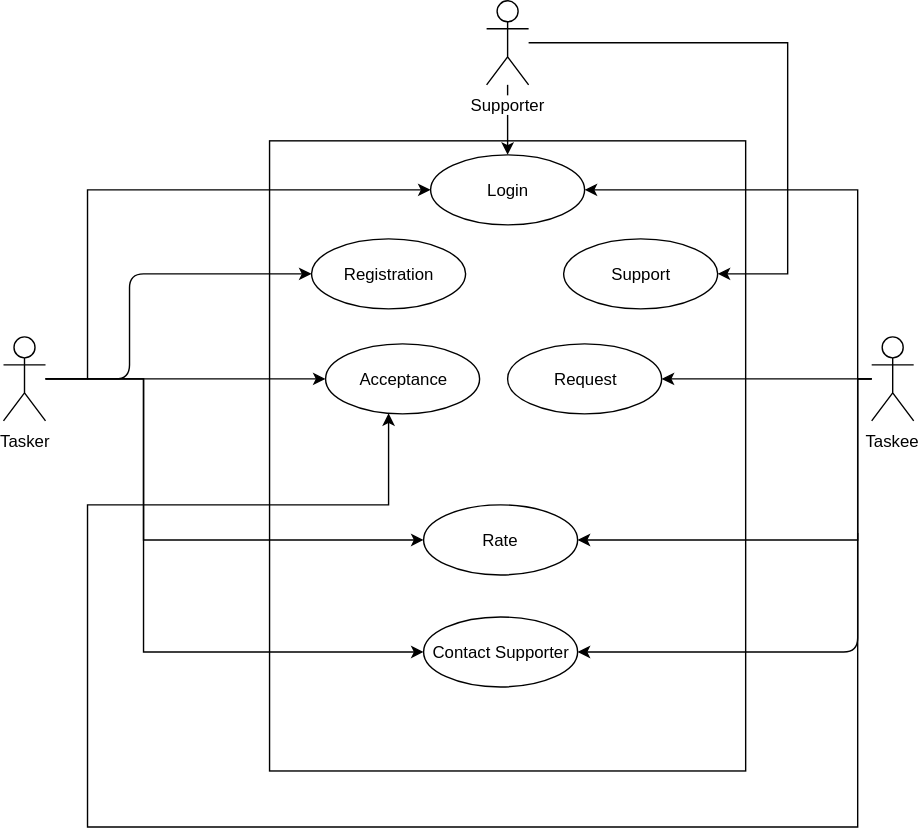
Earlier version of the draw.io export planning-and-analysis/functional-modeling/diagrams/use-case-diagrams/high-level-use-case.svg (hessamhz/software-engineering-project). Source tidied: cells renumbered, new cells last; positions are measured from the earlier drawing's top-left corner, leaving out a move shared by most shapes. Source of this version:
```xml
<mxGraphModel>
  <root>
    <mxCell id="0" />
    <mxCell id="1" parent="0" />
    <mxCell id="2" style="rounded=0;whiteSpace=wrap;html=1;" parent="1" vertex="1">
      <mxGeometry x="190" y="100" width="340" height="450" as="geometry" />
    </mxCell>
    <mxCell id="3" style="edgeStyle=orthogonalEdgeStyle;rounded=0;jettySize=auto;html=1;" parent="1" edge="1" source="5" target="16">
      <mxGeometry relative="1" as="geometry" />
    </mxCell>
    <mxCell id="4" style="edgeStyle=orthogonalEdgeStyle;rounded=0;jettySize=auto;html=1;entryX=1;entryY=0.5;entryDx=0;entryDy=0;" parent="1" edge="1" source="5" target="22">
      <mxGeometry relative="1" as="geometry">
        <Array as="points">
          <mxPoint x="560" y="30" />
          <mxPoint x="560" y="195" />
        </Array>
      </mxGeometry>
    </mxCell>
    <mxCell id="5" value="Supporter" style="shape=umlActor;verticalLabelPosition=bottom;labelBackgroundColor=#ffffff;verticalAlign=top;html=1;outlineConnect=0;" parent="1" vertex="1">
      <mxGeometry x="345" width="30" height="60" as="geometry" />
    </mxCell>
    <mxCell id="6" style="edgeStyle=orthogonalEdgeStyle;rounded=0;jettySize=auto;html=1;entryX=0;entryY=0.5;entryDx=0;entryDy=0;" parent="1" edge="1" source="10" target="16">
      <mxGeometry relative="1" as="geometry">
        <Array as="points">
          <mxPoint x="60" y="270" />
          <mxPoint x="60" y="135" />
        </Array>
      </mxGeometry>
    </mxCell>
    <mxCell id="7" style="edgeStyle=orthogonalEdgeStyle;rounded=0;jettySize=auto;html=1;entryX=0;entryY=0.5;entryDx=0;entryDy=0;" parent="1" edge="1" source="10" target="19">
      <mxGeometry relative="1" as="geometry" />
    </mxCell>
    <mxCell id="8" style="edgeStyle=orthogonalEdgeStyle;rounded=0;jettySize=auto;html=1;entryX=0;entryY=0.5;entryDx=0;entryDy=0;" parent="1" edge="1" source="10" target="21">
      <mxGeometry relative="1" as="geometry">
        <Array as="points">
          <mxPoint x="100" y="270" />
          <mxPoint x="100" y="385" />
        </Array>
      </mxGeometry>
    </mxCell>
    <mxCell id="9" style="edgeStyle=orthogonalEdgeStyle;rounded=0;jettySize=auto;html=1;entryX=0;entryY=0.5;entryDx=0;entryDy=0;" parent="1" edge="1" source="10" target="20">
      <mxGeometry relative="1" as="geometry">
        <Array as="points">
          <mxPoint x="100" y="270" />
          <mxPoint x="100" y="465" />
        </Array>
      </mxGeometry>
    </mxCell>
    <mxCell id="10" value="Tasker" style="shape=umlActor;verticalLabelPosition=bottom;labelBackgroundColor=#ffffff;verticalAlign=top;html=1;outlineConnect=0;" parent="1" vertex="1">
      <mxGeometry y="240" width="30" height="60" as="geometry" />
    </mxCell>
    <mxCell id="11" style="edgeStyle=orthogonalEdgeStyle;rounded=0;jettySize=auto;html=1;entryX=1;entryY=0.5;entryDx=0;entryDy=0;" parent="1" edge="1" source="15" target="16">
      <mxGeometry relative="1" as="geometry">
        <Array as="points">
          <mxPoint x="610" y="270" />
          <mxPoint x="610" y="135" />
        </Array>
      </mxGeometry>
    </mxCell>
    <mxCell id="12" style="edgeStyle=orthogonalEdgeStyle;rounded=0;jettySize=auto;html=1;entryX=1;entryY=0.5;entryDx=0;entryDy=0;" parent="1" edge="1" source="15" target="17">
      <mxGeometry relative="1" as="geometry" />
    </mxCell>
    <mxCell id="13" style="edgeStyle=orthogonalEdgeStyle;rounded=0;jettySize=auto;html=1;entryX=1;entryY=0.5;entryDx=0;entryDy=0;" parent="1" edge="1" source="15" target="21">
      <mxGeometry relative="1" as="geometry">
        <Array as="points">
          <mxPoint x="610" y="270" />
          <mxPoint x="610" y="385" />
        </Array>
      </mxGeometry>
    </mxCell>
    <mxCell id="14" style="edgeStyle=orthogonalEdgeStyle;rounded=0;jettySize=auto;html=1;" parent="1" edge="1" source="15" target="19">
      <mxGeometry relative="1" as="geometry">
        <Array as="points">
          <mxPoint x="610" y="270" />
          <mxPoint x="610" y="590" />
          <mxPoint x="60" y="590" />
          <mxPoint x="60" y="360" />
          <mxPoint x="275" y="360" />
        </Array>
      </mxGeometry>
    </mxCell>
    <mxCell id="15" value="Taskee" style="shape=umlActor;verticalLabelPosition=bottom;labelBackgroundColor=#ffffff;verticalAlign=top;html=1;outlineConnect=0;" parent="1" vertex="1">
      <mxGeometry x="620" y="240" width="30" height="60" as="geometry" />
    </mxCell>
    <mxCell id="16" value="Login" style="ellipse;whiteSpace=wrap;html=1;" parent="1" vertex="1">
      <mxGeometry x="305" y="110" width="110" height="50" as="geometry" />
    </mxCell>
    <mxCell id="17" value="Request" style="ellipse;whiteSpace=wrap;html=1;" parent="1" vertex="1">
      <mxGeometry x="360" y="245" width="110" height="50" as="geometry" />
    </mxCell>
    <mxCell id="18" value="Registration&lt;span style=&quot;font-family: &amp;#34;helvetica&amp;#34; , &amp;#34;arial&amp;#34; , sans-serif ; font-size: 0px ; white-space: nowrap&quot;&gt;%3CmxGraphModel%3E%3Croot%3E%3CmxCell%20id%3D%220%22%2F%3E%3CmxCell%20id%3D%221%22%20parent%3D%220%22%2F%3E%3CmxCell%20id%3D%222%22%20value%3D%22Login%22%20style%3D%22ellipse%3BwhiteSpace%3Dwrap%3Bhtml%3D1%3B%22%20vertex%3D%221%22%20parent%3D%221%22%3E%3CmxGeometry%20x%3D%22415%22%20y%3D%22170%22%20width%3D%22110%22%20height%3D%2250%22%20as%3D%22geometry%22%2F%3E%3C%2FmxCell%3E%3C%2Froot%3E%3C%2FmxGraphModel%3E&lt;/span&gt;&lt;span style=&quot;font-family: &amp;#34;helvetica&amp;#34; , &amp;#34;arial&amp;#34; , sans-serif ; font-size: 0px ; white-space: nowrap&quot;&gt;%3CmxGraphModel%3E%3Croot%3E%3CmxCell%20id%3D%220%22%2F%3E%3CmxCell%20id%3D%221%22%20parent%3D%220%22%2F%3E%3CmxCell%20id%3D%222%22%20value%3D%22Login%22%20style%3D%22ellipse%3BwhiteSpace%3Dwrap%3Bhtml%3D1%3B%22%20vertex%3D%221%22%20parent%3D%221%22%3E%3CmxGeometry%20x%3D%22415%22%20y%3D%22170%22%20width%3D%22110%22%20height%3D%2250%22%20as%3D%22geometry%22%2F%3E%3C%2FmxCell%3E%3C%2Froot%3E%3C%2FmxGraphModel%3E&lt;/span&gt;" style="ellipse;whiteSpace=wrap;html=1;" parent="1" vertex="1">
      <mxGeometry x="220" y="170" width="110" height="50" as="geometry" />
    </mxCell>
    <mxCell id="19" value="Acceptance" style="ellipse;whiteSpace=wrap;html=1;" parent="1" vertex="1">
      <mxGeometry x="230" y="245" width="110" height="50" as="geometry" />
    </mxCell>
    <mxCell id="20" value="Contact Supporter&lt;span style=&quot;font-family: &amp;#34;helvetica&amp;#34; , &amp;#34;arial&amp;#34; , sans-serif ; font-size: 0px ; white-space: nowrap&quot;&gt;%3CmxGraphModel%3E%3Croot%3E%3CmxCell%20id%3D%220%22%2F%3E%3CmxCell%20id%3D%221%22%20parent%3D%220%22%2F%3E%3CmxCell%20id%3D%222%22%20value%3D%22Login%22%20style%3D%22ellipse%3BwhiteSpace%3Dwrap%3Bhtml%3D1%3B%22%20vertex%3D%221%22%20parent%3D%221%22%3E%3CmxGeometry%20x%3D%22415%22%20y%3D%22170%22%20width%3D%22110%22%20height%3D%2250%22%20as%3D%22geometry%22%2F%3E%3C%2FmxCell%3E%3C%2Froot%3E%3C%2FmxGraphModel%3E&lt;/span&gt;&lt;span style=&quot;font-family: &amp;#34;helvetica&amp;#34; , &amp;#34;arial&amp;#34; , sans-serif ; font-size: 0px ; white-space: nowrap&quot;&gt;%3CmxGraphModel%3E%3Croot%3E%3CmxCell%20id%3D%220%22%2F%3E%3CmxCell%20id%3D%221%22%20parent%3D%220%22%2F%3E%3CmxCell%20id%3D%222%22%20value%3D%22Login%22%20style%3D%22ellipse%3BwhiteSpace%3Dwrap%3Bhtml%3D1%3B%22%20vertex%3D%221%22%20parent%3D%221%22%3E%3CmxGeometry%20x%3D%22415%22%20y%3D%22170%22%20width%3D%22110%22%20height%3D%2250%22%20as%3D%22geometry%22%2F%3E%3C%2FmxCell%3E%3C%2Froot%3E%3C%2FmxGraphModel%3E&lt;/span&gt;" style="ellipse;whiteSpace=wrap;html=1;" parent="1" vertex="1">
      <mxGeometry x="300" y="440" width="110" height="50" as="geometry" />
    </mxCell>
    <mxCell id="21" value="Rate" style="ellipse;whiteSpace=wrap;html=1;" parent="1" vertex="1">
      <mxGeometry x="300" y="360" width="110" height="50" as="geometry" />
    </mxCell>
    <mxCell id="22" value="Support" style="ellipse;whiteSpace=wrap;html=1;" parent="1" vertex="1">
      <mxGeometry x="400" y="170" width="110" height="50" as="geometry" />
    </mxCell>
    <mxCell id="23" style="endArrow=classic;html=1;entryX=0;entryY=0.5;entryDx=0;entryDy=0;" parent="1" edge="1" target="18">
      <mxGeometry relative="1" as="geometry">
        <mxPoint x="60" y="270" as="sourcePoint" />
        <Array as="points">
          <mxPoint x="90" y="270" />
          <mxPoint x="90" y="195" />
        </Array>
      </mxGeometry>
    </mxCell>
    <mxCell id="24" style="endArrow=classic;html=1;entryX=1;entryY=0.5;entryDx=0;entryDy=0;" parent="1" edge="1" target="20">
      <mxGeometry relative="1" as="geometry">
        <mxPoint x="610" y="380" as="sourcePoint" />
        <Array as="points">
          <mxPoint x="610" y="465" />
        </Array>
      </mxGeometry>
    </mxCell>
  </root>
</mxGraphModel>
```
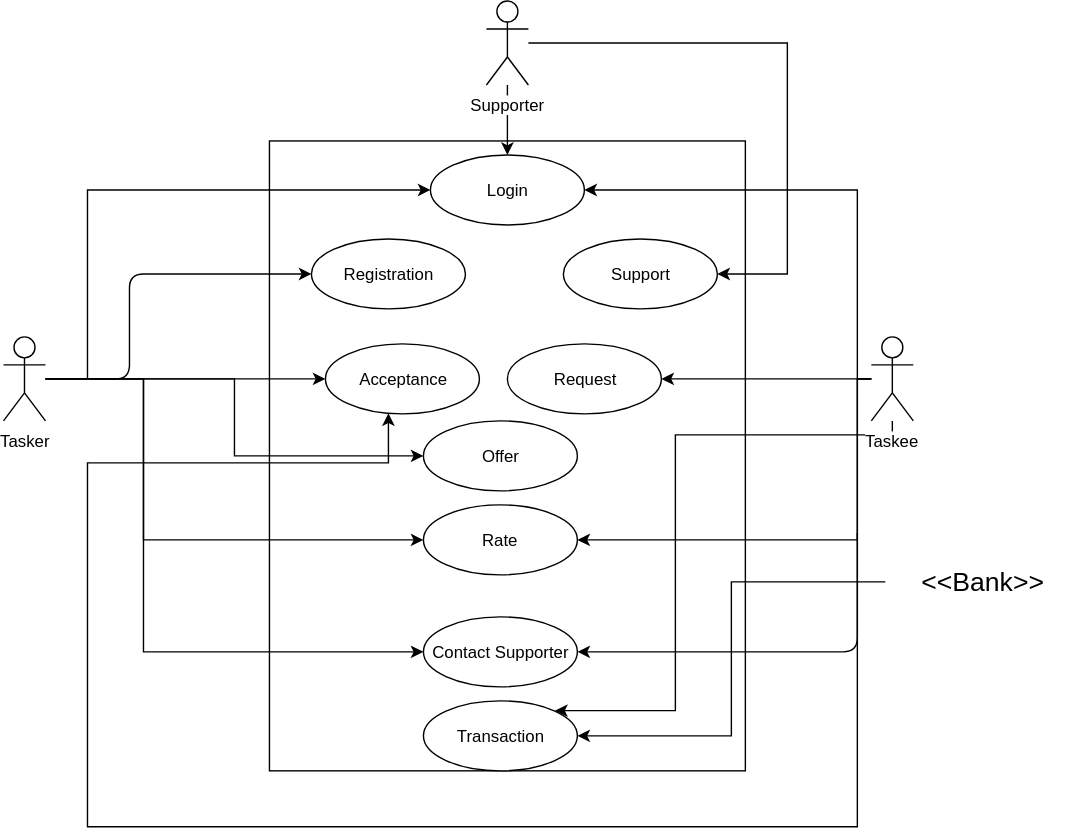
After the commit.

What changed in the source:
```diff
@@ -46,6 +46,9 @@
         </Array>
       </mxGeometry>
     </mxCell>
+    <mxCell id="25" style="edgeStyle=orthogonalEdgeStyle;rounded=0;jettySize=auto;html=1;" parent="1" edge="1" source="10" target="27">
+      <mxGeometry relative="1" as="geometry" />
+    </mxCell>
     <mxCell id="10" value="Tasker" style="shape=umlActor;verticalLabelPosition=bottom;labelBackgroundColor=#ffffff;verticalAlign=top;html=1;outlineConnect=0;" parent="1" vertex="1">
       <mxGeometry y="240" width="30" height="60" as="geometry" />
     </mxCell>
@@ -74,11 +77,20 @@
           <mxPoint x="610" y="270" />
           <mxPoint x="610" y="590" />
           <mxPoint x="60" y="590" />
-          <mxPoint x="60" y="360" />
-          <mxPoint x="275" y="360" />
+          <mxPoint x="60" y="330" />
+          <mxPoint x="275" y="330" />
         </Array>
       </mxGeometry>
     </mxCell>
+    <mxCell id="26" style="edgeStyle=orthogonalEdgeStyle;rounded=0;jettySize=auto;html=1;entryX=1;entryY=0;entryDx=0;entryDy=0;fontSize=19;" parent="1" edge="1" source="15" target="30">
+      <mxGeometry relative="1" as="geometry">
+        <Array as="points">
+          <mxPoint x="635" y="310" />
+          <mxPoint x="480" y="310" />
+          <mxPoint x="480" y="507" />
+        </Array>
+      </mxGeometry>
+    </mxCell>
     <mxCell id="15" value="Taskee" style="shape=umlActor;verticalLabelPosition=bottom;labelBackgroundColor=#ffffff;verticalAlign=top;html=1;outlineConnect=0;" parent="1" vertex="1">
       <mxGeometry x="620" y="240" width="30" height="60" as="geometry" />
     </mxCell>
@@ -120,5 +132,17 @@
         </Array>
       </mxGeometry>
     </mxCell>
+    <mxCell id="27" value="Offer" style="ellipse;whiteSpace=wrap;html=1;" parent="1" vertex="1">
+      <mxGeometry x="300" y="300" width="110" height="50" as="geometry" />
+    </mxCell>
+    <mxCell id="28" style="edgeStyle=orthogonalEdgeStyle;rounded=0;jettySize=auto;html=1;entryX=1;entryY=0.5;entryDx=0;entryDy=0;fontSize=19;" parent="1" edge="1" source="29" target="30">
+      <mxGeometry relative="1" as="geometry" />
+    </mxCell>
+    <mxCell id="29" value="&amp;lt;&amp;lt;Bank&amp;gt;&amp;gt;" style="text;html=1;strokeColor=none;fillColor=none;align=center;verticalAlign=middle;whiteSpace=wrap;rounded=0;fontSize=19;" parent="1" vertex="1">
+      <mxGeometry x="630" y="330" width="140" height="170" as="geometry" />
+    </mxCell>
+    <mxCell id="30" value="Transaction" style="ellipse;whiteSpace=wrap;html=1;" parent="1" vertex="1">
+      <mxGeometry x="300" y="500" width="110" height="50" as="geometry" />
+    </mxCell>
   </root>
 </mxGraphModel>
```
